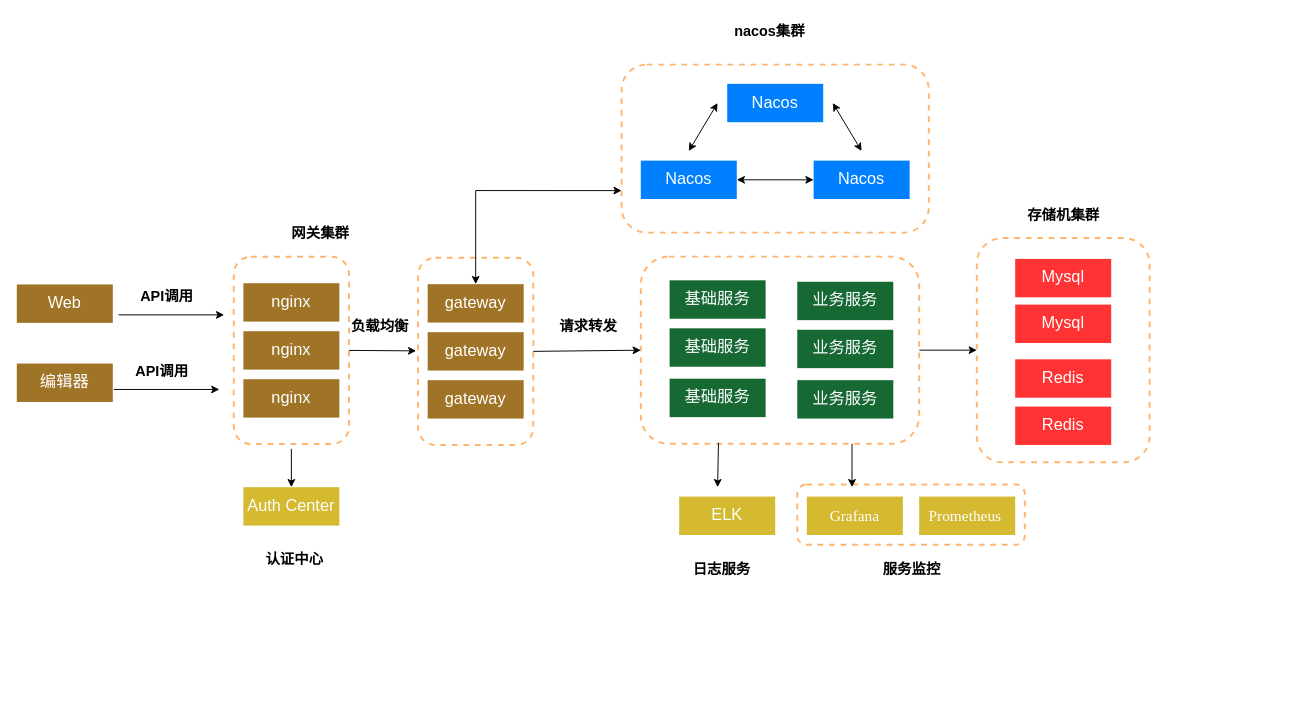
The draw.io diagram csdb/csdb 部署架构图.drawio in DemonHan/KuickBuy, before the edit. Source tidied: cells renumbered, new cells numbered last; positions are measured from the earlier drawing's top-left corner, leaving out a move shared by most shapes. Both pictures are drawn from the tidied source at 96%, with x=0, y=0 at pixel (16, 16).
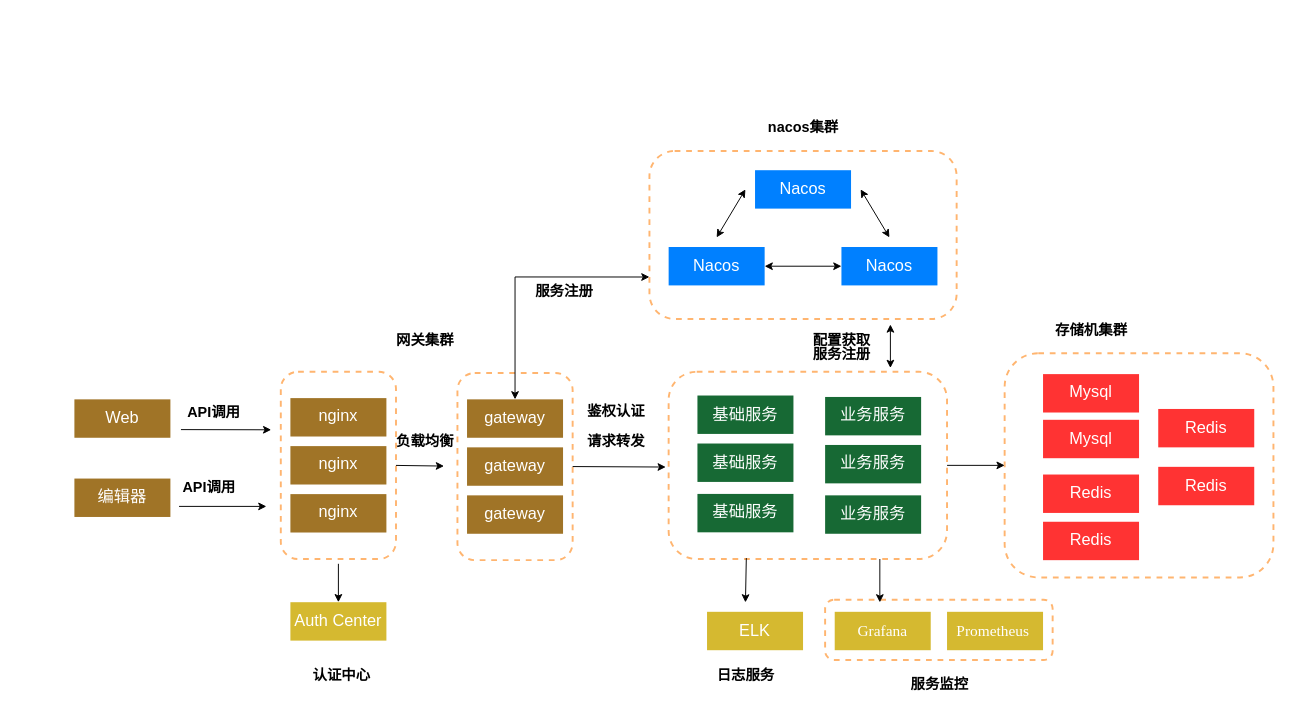
The same page after the edit.

Commit message:
更新csdb 部署架构图.drawio

Unchanged cells that the change refers to:
```xml
<mxCell id="16" style="rounded=1;whiteSpace=wrap;html=1;dashed=1;strokeColor=#FFB570;strokeWidth=2;" parent="15" vertex="1">
  <mxGeometry width="320" height="175" as="geometry" />
</mxCell>
```

The edit, as a diff of the source:
```diff
@@
     <mxCell id="2" style="rounded=1;whiteSpace=wrap;html=1;dashed=1;strokeColor=#FFB570;strokeWidth=2;" parent="1" vertex="1">
-      <mxGeometry x="813" y="487.2" width="237" height="62.8" as="geometry" />
+      <mxGeometry x="842" y="607.2" width="237" height="62.8" as="geometry" />
     </mxCell>
     <mxCell id="3" style="rounded=1;whiteSpace=wrap;html=1;dashed=1;strokeColor=#FFB570;strokeWidth=2;" parent="1" vertex="1">
-      <mxGeometry x="418" y="251" width="120" height="195" as="geometry" />
+      <mxGeometry x="459" y="371" width="120" height="195" as="geometry" />
     </mxCell>
     <mxCell id="4" style="rounded=1;whiteSpace=wrap;html=1;dashed=1;strokeColor=#FFB570;strokeWidth=2;" parent="1" vertex="1">
-      <mxGeometry x="1000" y="230.5" width="180" height="233.5" as="geometry" />
+      <mxGeometry x="1029" y="350.5" width="280" height="233.5" as="geometry" />
     </mxCell>
     <mxCell id="5" style="endArrow=classic;startArrow=classic;html=1;rounded=0;entryX=0;entryY=0.75;entryDx=0;entryDy=0;" parent="1" edge="1" source="39" target="16">
       <mxGeometry relative="1" as="geometry">
         <Array as="points">
-          <mxPoint x="478" y="181" />
+          <mxPoint x="519" y="271" />
         </Array>
       </mxGeometry>
     </mxCell>
     <mxCell id="6" style="endArrow=classic;html=1;rounded=0;" parent="1" edge="1">
       <mxGeometry relative="1" as="geometry">
-        <mxPoint x="106" y="310.5" as="sourcePoint" />
-        <mxPoint x="216" y="310.5" as="targetPoint" />
+        <mxPoint x="171" y="430" as="sourcePoint" />
+        <mxPoint x="265" y="430.2" as="targetPoint" />
       </mxGeometry>
     </mxCell>
     <mxCell id="7" value="API调用" style="text;html=1;align=center;verticalAlign=middle;strokeColor=none;fillColor=none;strokeWidth=3;fontSize=15;fontStyle=1;" parent="1" vertex="1">
-      <mxGeometry x="116" y="276" width="80" height="30" as="geometry" />
+      <mxGeometry x="165" y="395.8" width="80" height="30" as="geometry" />
     </mxCell>
     <mxCell id="8" value="网关集群" style="text;html=1;align=center;verticalAlign=middle;strokeColor=none;fillColor=none;strokeWidth=3;fontSize=15;fontStyle=1;" parent="1" vertex="1">
-      <mxGeometry x="276" y="210" width="80" height="30" as="geometry" />
+      <mxGeometry x="385" y="320.5" width="80" height="30" as="geometry" />
     </mxCell>
     <mxCell id="9" value="nacos集群" style="text;html=1;align=center;verticalAlign=middle;strokeColor=none;fillColor=none;strokeWidth=3;fontSize=15;fontStyle=1;" parent="1" vertex="1">
-      <mxGeometry x="734" width="100" height="30" as="geometry" />
+      <mxGeometry x="769" y="100" width="100" height="30" as="geometry" />
     </mxCell>
@@
     <mxCell id="11" style="rounded=1;whiteSpace=wrap;html=1;dashed=1;strokeColor=#FFB570;strokeWidth=2;" parent="1" vertex="1">
-      <mxGeometry x="650" y="249.8" width="290" height="195" as="geometry" />
+      <mxGeometry x="679" y="369.8" width="290" height="195" as="geometry" />
     </mxCell>
     <mxCell id="12" value="&lt;font color=&quot;#ffffff&quot;&gt;基础服务&lt;/font&gt;" style="rounded=0;whiteSpace=wrap;html=1;fillColor=#176934;fontSize=17;strokeColor=none;" parent="1" vertex="1">
-      <mxGeometry x="680" y="274.5" width="100" height="40" as="geometry" />
+      <mxGeometry x="709" y="394.5" width="100" height="40" as="geometry" />
     </mxCell>
     <mxCell id="13" value="&lt;span style=&quot;color: rgb(255, 255, 255);&quot;&gt;基础服务&lt;/span&gt;" style="rounded=0;whiteSpace=wrap;html=1;fillColor=#176934;fontSize=17;strokeColor=none;" parent="1" vertex="1">
-      <mxGeometry x="680" y="324.5" width="100" height="40" as="geometry" />
+      <mxGeometry x="709" y="444.5" width="100" height="40" as="geometry" />
     </mxCell>
     <mxCell id="14" value="&lt;span style=&quot;color: rgb(255, 255, 255);&quot;&gt;基础服务&lt;/span&gt;" style="rounded=0;whiteSpace=wrap;html=1;fillColor=#176934;fontSize=17;strokeColor=none;" parent="1" vertex="1">
-      <mxGeometry x="680" y="377" width="100" height="40" as="geometry" />
+      <mxGeometry x="709" y="497" width="100" height="40" as="geometry" />
     </mxCell>
     <mxCell id="15" style="group;" parent="1" vertex="1">
-      <mxGeometry x="630" y="49.8" width="320" height="175" as="geometry" />
+      <mxGeometry x="659" y="139.8" width="320" height="175" as="geometry" />
     </mxCell>
@@
-    <mxCell id="23" style="endArrow=classic;html=1;rounded=0;entryX=0;entryY=0.5;entryDx=0;entryDy=0;exitX=1;exitY=0.5;exitDx=0;exitDy=0;" parent="1" edge="1" source="3" target="11">
-      <mxGeometry relative="1" as="geometry" />
+    <mxCell id="23" style="endArrow=classic;html=1;rounded=0;exitX=1;exitY=0.5;exitDx=0;exitDy=0;" parent="1" edge="1" source="3">
+      <mxGeometry relative="1" as="geometry">
+        <mxPoint x="676" y="469" as="targetPoint" />
+      </mxGeometry>
     </mxCell>
     <mxCell id="24" value="&lt;font color=&quot;#ffffff&quot;&gt;Auth Center&lt;/font&gt;" style="rounded=0;whiteSpace=wrap;html=1;fillColor=#d5b930;fontSize=17;strokeColor=none;" parent="1" vertex="1">
-      <mxGeometry x="236" y="490" width="100" height="40" as="geometry" />
+      <mxGeometry x="285" y="609.8" width="100" height="40" as="geometry" />
     </mxCell>
     <mxCell id="25" style="endArrow=classic;html=1;rounded=0;entryX=0.5;entryY=0;entryDx=0;entryDy=0;" parent="1" edge="1" target="24">
       <mxGeometry relative="1" as="geometry">
-        <mxPoint x="286" y="450" as="sourcePoint" />
+        <mxPoint x="335" y="569.8" as="sourcePoint" />
       </mxGeometry>
     </mxCell>
     <mxCell id="26" value="认证中心" style="text;html=1;align=center;verticalAlign=middle;strokeColor=none;fillColor=none;strokeWidth=3;fontSize=15;fontStyle=1;" parent="1" vertex="1">
-      <mxGeometry x="249" y="550" width="80" height="30" as="geometry" />
+      <mxGeometry x="298" y="669.8" width="80" height="30" as="geometry" />
     </mxCell>
     <mxCell id="27" value="&lt;font color=&quot;#ffffff&quot;&gt;ELK&lt;/font&gt;" style="rounded=0;whiteSpace=wrap;html=1;fillColor=#d5b930;fontSize=17;strokeColor=none;" parent="1" vertex="1">
-      <mxGeometry x="690" y="499.8" width="100" height="40" as="geometry" />
+      <mxGeometry x="719" y="619.8" width="100" height="40" as="geometry" />
     </mxCell>
     <mxCell id="28" style="endArrow=classic;html=1;rounded=0;exitX=0.279;exitY=0.995;exitDx=0;exitDy=0;exitPerimeter=0;" parent="1" edge="1" source="11">
       <mxGeometry relative="1" as="geometry">
-        <mxPoint x="730" y="490" as="targetPoint" />
+        <mxPoint x="759" y="610" as="targetPoint" />
       </mxGeometry>
     </mxCell>
     <mxCell id="29" value="日志服务" style="text;html=1;align=center;verticalAlign=middle;strokeColor=none;fillColor=none;strokeWidth=3;fontSize=15;fontStyle=1;" parent="1" vertex="1">
-      <mxGeometry x="694" y="560" width="80" height="30" as="geometry" />
+      <mxGeometry x="719" y="670" width="80" height="30" as="geometry" />
     </mxCell>
     <mxCell id="30" value="&lt;span style=&quot;font-size:12.0pt;mso-bidi-font-size:&lt;br/&gt;11.0pt;line-height:150%;font-family:&amp;quot;Times New Roman&amp;quot;,serif;mso-fareast-font-family:&lt;br/&gt;宋体;mso-bidi-theme-font:minor-bidi;mso-font-kerning:1.0pt;mso-ansi-language:&lt;br/&gt;EN-US;mso-fareast-language:ZH-CN;mso-bidi-language:AR-SA&quot; lang=&quot;EN-US&quot;&gt;Grafana&lt;/span&gt;" style="rounded=0;whiteSpace=wrap;html=1;fillColor=#d5b930;fontSize=17;strokeColor=none;fontColor=#FFFFFF;" parent="1" vertex="1">
-      <mxGeometry x="823" y="499.8" width="100" height="40" as="geometry" />
+      <mxGeometry x="852" y="619.8" width="100" height="40" as="geometry" />
     </mxCell>
     <mxCell id="31" style="endArrow=classic;html=1;rounded=0;exitX=0.279;exitY=0.995;exitDx=0;exitDy=0;exitPerimeter=0;" parent="1" edge="1">
       <mxGeometry relative="1" as="geometry">
-        <mxPoint x="870" y="444.8" as="sourcePoint" />
-        <mxPoint x="870" y="490" as="targetPoint" />
+        <mxPoint x="899" y="564.8" as="sourcePoint" />
+        <mxPoint x="899" y="610" as="targetPoint" />
       </mxGeometry>
     </mxCell>
     <mxCell id="32" value="服务监控" style="text;html=1;align=center;verticalAlign=middle;strokeColor=none;fillColor=none;strokeWidth=3;fontSize=15;fontStyle=1;" parent="1" vertex="1">
-      <mxGeometry x="891.5" y="560" width="80" height="30" as="geometry" />
+      <mxGeometry x="920.5" y="680" width="80" height="30" as="geometry" />
     </mxCell>
     <mxCell id="33" value="&lt;font color=&quot;#ffffff&quot;&gt;Mysql&lt;/font&gt;" style="rounded=0;whiteSpace=wrap;html=1;fillColor=#FF3333;fontSize=17;strokeColor=none;" parent="1" vertex="1">
-      <mxGeometry x="1040" y="252.2" width="100" height="40" as="geometry" />
+      <mxGeometry x="1069" y="372.2" width="100" height="40" as="geometry" />
     </mxCell>
     <mxCell id="34" value="&lt;font color=&quot;#ffffff&quot;&gt;Redis&lt;/font&gt;" style="rounded=0;whiteSpace=wrap;html=1;fillColor=#FF3333;fontSize=17;strokeColor=none;" parent="1" vertex="1">
-      <mxGeometry x="1040" y="356.8" width="100" height="40" as="geometry" />
+      <mxGeometry x="1069" y="476.8" width="100" height="40" as="geometry" />
     </mxCell>
     <mxCell id="35" value="&lt;font color=&quot;#ffffff&quot;&gt;业务服务&lt;/font&gt;" style="rounded=0;whiteSpace=wrap;html=1;fillColor=#176934;fontSize=17;strokeColor=none;" parent="1" vertex="1">
-      <mxGeometry x="813" y="276" width="100" height="40" as="geometry" />
+      <mxGeometry x="842" y="396" width="100" height="40" as="geometry" />
     </mxCell>
     <mxCell id="36" value="&lt;span style=&quot;color: rgb(255, 255, 255);&quot;&gt;业务服务&lt;/span&gt;" style="rounded=0;whiteSpace=wrap;html=1;fillColor=#176934;fontSize=17;strokeColor=none;" parent="1" vertex="1">
-      <mxGeometry x="813" y="326" width="100" height="40" as="geometry" />
+      <mxGeometry x="842" y="446" width="100" height="40" as="geometry" />
     </mxCell>
     <mxCell id="37" value="&lt;span style=&quot;color: rgb(255, 255, 255);&quot;&gt;业务服务&lt;/span&gt;" style="rounded=0;whiteSpace=wrap;html=1;fillColor=#176934;fontSize=17;strokeColor=none;" parent="1" vertex="1">
-      <mxGeometry x="813" y="378.5" width="100" height="40" as="geometry" />
+      <mxGeometry x="842" y="498.5" width="100" height="40" as="geometry" />
     </mxCell>
     <mxCell id="38" style="rounded=1;whiteSpace=wrap;html=1;dashed=1;strokeColor=#FFB570;strokeWidth=2;" parent="1" vertex="1">
-      <mxGeometry x="226" y="250" width="120" height="195" as="geometry" />
+      <mxGeometry x="275" y="369.8" width="120" height="195" as="geometry" />
     </mxCell>
     <mxCell id="39" value="&lt;font color=&quot;#ffffff&quot;&gt;gateway&lt;/font&gt;" style="rounded=0;whiteSpace=wrap;html=1;fillColor=#a07427;fontSize=17;strokeColor=none;" parent="1" vertex="1">
-      <mxGeometry x="428" y="278.5" width="100" height="40" as="geometry" />
+      <mxGeometry x="469" y="398.5" width="100" height="40" as="geometry" />
     </mxCell>
     <mxCell id="40" value="&lt;font color=&quot;#ffffff&quot;&gt;gateway&lt;/font&gt;" style="rounded=0;whiteSpace=wrap;html=1;fillColor=#a07427;fontSize=17;strokeColor=none;" parent="1" vertex="1">
-      <mxGeometry x="428" y="328.5" width="100" height="40" as="geometry" />
+      <mxGeometry x="469" y="448.5" width="100" height="40" as="geometry" />
     </mxCell>
     <mxCell id="41" value="&lt;font color=&quot;#ffffff&quot;&gt;gateway&lt;/font&gt;" style="rounded=0;whiteSpace=wrap;html=1;fillColor=#a07427;fontSize=17;strokeColor=none;" parent="1" vertex="1">
-      <mxGeometry x="428" y="378.5" width="100" height="40" as="geometry" />
+      <mxGeometry x="469" y="498.5" width="100" height="40" as="geometry" />
     </mxCell>
     <mxCell id="42" value="&lt;font color=&quot;#ffffff&quot;&gt;nginx&lt;/font&gt;" style="rounded=0;whiteSpace=wrap;html=1;fillColor=#a07427;fontSize=17;strokeColor=none;" parent="1" vertex="1">
-      <mxGeometry x="236" y="277.5" width="100" height="40" as="geometry" />
+      <mxGeometry x="285" y="397.2" width="100" height="40" as="geometry" />
     </mxCell>
     <mxCell id="43" value="&lt;span style=&quot;color: rgb(255, 255, 255);&quot;&gt;nginx&lt;/span&gt;" style="rounded=0;whiteSpace=wrap;html=1;fillColor=#a07427;fontSize=17;strokeColor=none;" parent="1" vertex="1">
-      <mxGeometry x="236" y="327.5" width="100" height="40" as="geometry" />
+      <mxGeometry x="285" y="447.2" width="100" height="40" as="geometry" />
     </mxCell>
     <mxCell id="44" value="&lt;span style=&quot;color: rgb(255, 255, 255);&quot;&gt;nginx&lt;/span&gt;" style="rounded=0;whiteSpace=wrap;html=1;fillColor=#a07427;fontSize=17;strokeColor=none;" parent="1" vertex="1">
-      <mxGeometry x="236" y="377.5" width="100" height="40" as="geometry" />
+      <mxGeometry x="285" y="497.2" width="100" height="40" as="geometry" />
     </mxCell>
     <mxCell id="45" value="&lt;font color=&quot;#ffffff&quot;&gt;Web&lt;/font&gt;" style="rounded=0;whiteSpace=wrap;html=1;fillColor=#a07427;fontSize=17;strokeColor=none;" parent="1" vertex="1">
-      <mxGeometry y="278.8" width="100" height="40" as="geometry" />
+      <mxGeometry x="60" y="398.5" width="100" height="40" as="geometry" />
     </mxCell>
     <mxCell id="46" value="&lt;font color=&quot;#ffffff&quot;&gt;编辑器&lt;/font&gt;" style="rounded=0;whiteSpace=wrap;html=1;fillColor=#a07427;fontSize=17;strokeColor=none;" parent="1" vertex="1">
-      <mxGeometry y="361.2" width="100" height="40" as="geometry" />
+      <mxGeometry x="60" y="481" width="100" height="40" as="geometry" />
     </mxCell>
     <mxCell id="47" style="endArrow=classic;html=1;rounded=0;" parent="1" edge="1">
       <mxGeometry relative="1" as="geometry">
-        <mxPoint x="101" y="388.2" as="sourcePoint" />
-        <mxPoint x="211" y="388.2" as="targetPoint" />
+        <mxPoint x="169" y="510" as="sourcePoint" />
+        <mxPoint x="260" y="510" as="targetPoint" />
       </mxGeometry>
     </mxCell>
     <mxCell id="48" value="API调用" style="text;html=1;align=center;verticalAlign=middle;strokeColor=none;fillColor=none;strokeWidth=3;fontSize=15;fontStyle=1;" parent="1" vertex="1">
-      <mxGeometry x="111" y="353.8" width="80" height="30" as="geometry" />
+      <mxGeometry x="160" y="473.5" width="80" height="30" as="geometry" />
     </mxCell>
     <mxCell id="49" style="endArrow=classic;html=1;rounded=0;exitX=1;exitY=0.5;exitDx=0;exitDy=0;" parent="1" edge="1" source="38">
       <mxGeometry relative="1" as="geometry">
-        <mxPoint x="416" y="348" as="targetPoint" />
+        <mxPoint x="445" y="468" as="targetPoint" />
       </mxGeometry>
     </mxCell>
     <mxCell id="50" value="负载均衡" style="text;html=1;align=center;verticalAlign=middle;strokeColor=none;fillColor=none;strokeWidth=3;fontSize=15;fontStyle=1;" parent="1" vertex="1">
-      <mxGeometry x="338" y="307.2" width="80" height="30" as="geometry" />
+      <mxGeometry x="385" y="427.2" width="80" height="30" as="geometry" />
     </mxCell>
     <mxCell id="51" value="请求转发" style="text;html=1;align=center;verticalAlign=middle;strokeColor=none;fillColor=none;strokeWidth=3;fontSize=15;fontStyle=1;" parent="1" vertex="1">
-      <mxGeometry x="555" y="307.2" width="80" height="30" as="geometry" />
+      <mxGeometry x="584" y="427.2" width="80" height="30" as="geometry" />
     </mxCell>
     <mxCell id="52" value="&lt;span lang=&quot;EN-US&quot; style=&quot;font-size:12.0pt;mso-bidi-font-size:&lt;br/&gt;11.0pt;line-height:150%;font-family:&amp;quot;Times New Roman&amp;quot;,serif;mso-fareast-font-family:&lt;br/&gt;宋体;mso-bidi-theme-font:minor-bidi;mso-font-kerning:1.0pt;mso-ansi-language:&lt;br/&gt;EN-US;mso-fareast-language:ZH-CN;mso-bidi-language:AR-SA&quot;&gt;Prometheus&amp;nbsp;&lt;/span&gt;" style="rounded=0;whiteSpace=wrap;html=1;fillColor=#d5b930;fontSize=17;strokeColor=none;fontColor=#FFFFFF;" parent="1" vertex="1">
-      <mxGeometry x="940" y="499.8" width="100" height="40" as="geometry" />
+      <mxGeometry x="969" y="619.8" width="100" height="40" as="geometry" />
     </mxCell>
     <mxCell id="53" value="存储机集群" style="text;html=1;align=center;verticalAlign=middle;strokeColor=none;fillColor=none;strokeWidth=3;fontSize=15;fontStyle=1;" parent="1" vertex="1">
-      <mxGeometry x="1040" y="191" width="100" height="30" as="geometry" />
+      <mxGeometry x="1069" y="311" width="100" height="30" as="geometry" />
     </mxCell>
     <mxCell id="54" value="&lt;font color=&quot;#ffffff&quot;&gt;Mysql&lt;/font&gt;" style="rounded=0;whiteSpace=wrap;html=1;fillColor=#FF3333;fontSize=17;strokeColor=none;" parent="1" vertex="1">
-      <mxGeometry x="1040" y="299.8" width="100" height="40" as="geometry" />
+      <mxGeometry x="1069" y="419.8" width="100" height="40" as="geometry" />
     </mxCell>
     <mxCell id="55" value="&lt;font color=&quot;#ffffff&quot;&gt;Redis&lt;/font&gt;" style="rounded=0;whiteSpace=wrap;html=1;fillColor=#FF3333;fontSize=17;strokeColor=none;" parent="1" vertex="1">
-      <mxGeometry x="1040" y="406" width="100" height="40" as="geometry" />
+      <mxGeometry x="1069" y="526" width="100" height="40" as="geometry" />
     </mxCell>
+    <mxCell id="56" value="&lt;font color=&quot;#ffffff&quot;&gt;Redis&lt;/font&gt;" style="rounded=0;whiteSpace=wrap;html=1;fillColor=#FF3333;fontSize=17;strokeColor=none;" parent="1" vertex="1">
+      <mxGeometry x="1189" y="408.5" width="100" height="40" as="geometry" />
+    </mxCell>
+    <mxCell id="57" value="&lt;font color=&quot;#ffffff&quot;&gt;Redis&lt;/font&gt;" style="rounded=0;whiteSpace=wrap;html=1;fillColor=#FF3333;fontSize=17;strokeColor=none;" parent="1" vertex="1">
+      <mxGeometry x="1189" y="468.8" width="100" height="40" as="geometry" />
+    </mxCell>
+    <mxCell id="58" value="服务注册" style="text;html=1;align=center;verticalAlign=middle;strokeColor=none;fillColor=none;strokeWidth=3;fontSize=15;fontStyle=1;" parent="1" vertex="1">
+      <mxGeometry x="530" y="270" width="80" height="30" as="geometry" />
+    </mxCell>
+    <mxCell id="59" value="鉴权认证" style="text;html=1;align=center;verticalAlign=middle;strokeColor=none;fillColor=none;strokeWidth=3;fontSize=15;fontStyle=1;" parent="1" vertex="1">
+      <mxGeometry x="584" y="394.5" width="80" height="30" as="geometry" />
+    </mxCell>
+    <mxCell id="60" value="服务注册" style="text;html=1;align=center;verticalAlign=middle;strokeColor=none;fillColor=none;strokeWidth=3;fontSize=15;fontStyle=1;" parent="1" vertex="1">
+      <mxGeometry x="819" y="335.8" width="80" height="30" as="geometry" />
+    </mxCell>
+    <mxCell id="61" style="endArrow=classic;html=1;rounded=0;exitX=0.279;exitY=0.995;exitDx=0;exitDy=0;exitPerimeter=0;startArrow=classic;startFill=1;" parent="1" edge="1">
+      <mxGeometry relative="1" as="geometry">
+        <mxPoint x="910" y="320.5" as="sourcePoint" />
+        <mxPoint x="910" y="365.8" as="targetPoint" />
+      </mxGeometry>
+    </mxCell>
+    <mxCell id="62" value="配置获取" style="text;html=1;align=center;verticalAlign=middle;strokeColor=none;fillColor=none;strokeWidth=3;fontSize=15;fontStyle=1;" parent="1" vertex="1">
+      <mxGeometry x="819" y="320.5" width="80" height="30" as="geometry" />
+    </mxCell>
```
